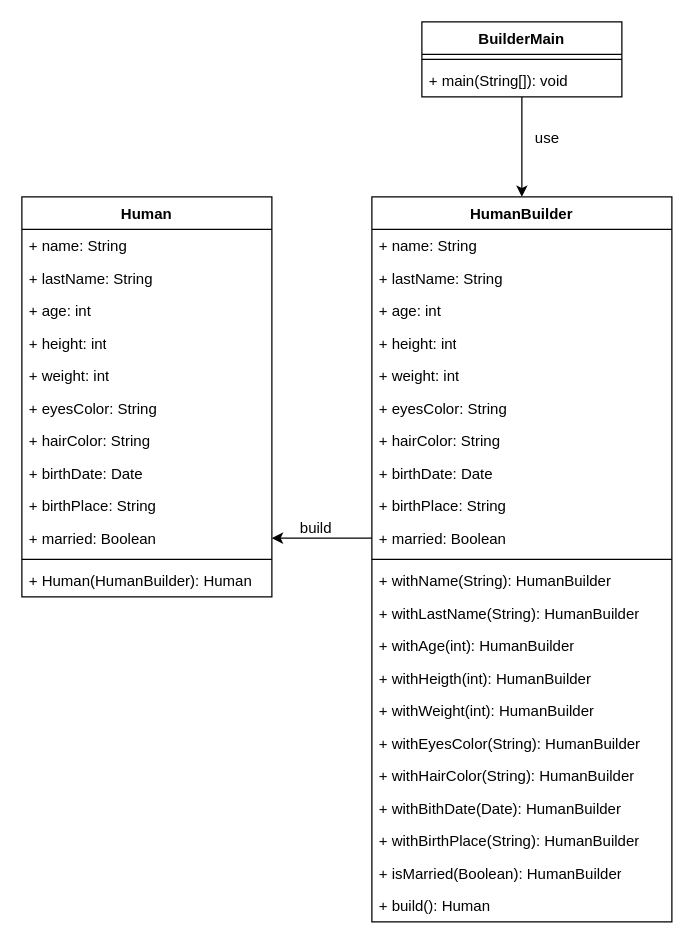
Before: src/main/java/builder/Diagramme sans nom.drawio in ErwanLT/designPattern, a draw.io diagram. Source tidied: cells renumbered, new cells numbered last; positions are measured from the earlier drawing's top-left corner, leaving out a move shared by most shapes. Both pictures are drawn from the tidied source at 125%, with x=0, y=0 at pixel (21, 21).
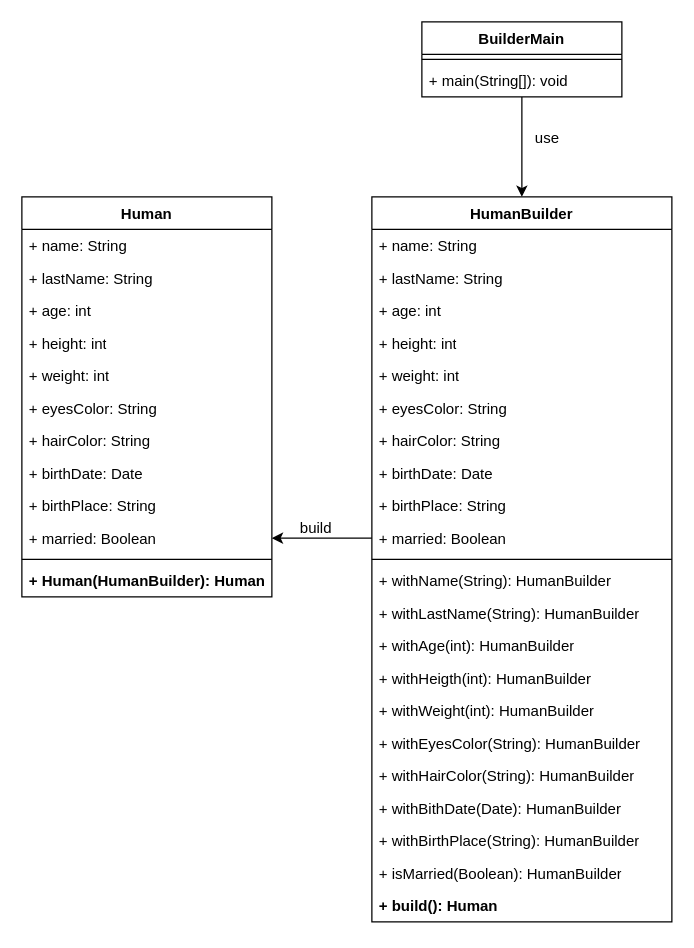
Above is the later version.

Commit message (it also covers changes not shown here):
Mettre à jour Diagramme sans nom.drawio

The change refers to these unchanged cells:
```xml
<mxCell id="2" value="Human" style="swimlane;fontStyle=1;align=center;verticalAlign=top;horizontal=1;startSize=26;whiteSpace=wrap;html=1;" parent="1" vertex="1">
  <mxGeometry y="140" width="200" height="320" as="geometry" />
</mxCell>
<mxCell id="15" value="HumanBuilder" style="swimlane;fontStyle=1;align=center;verticalAlign=top;horizontal=1;startSize=26;whiteSpace=wrap;html=1;" parent="1" vertex="1">
  <mxGeometry x="280" y="140" width="240" height="580" as="geometry" />
</mxCell>
```

The edit, as a diff of the source:
```diff
@@
-    <mxCell id="14" value="+ Human(HumanBuilder): Human" style="text;strokeColor=none;fillColor=none;align=left;verticalAlign=top;spacingLeft=4;spacingRight=4;overflow=hidden;whiteSpace=wrap;html=1;" parent="2" vertex="1">
+    <mxCell id="14" value="&lt;b&gt;+ Human(HumanBuilder): Human&lt;/b&gt;" style="text;strokeColor=none;fillColor=none;align=left;verticalAlign=top;spacingLeft=4;spacingRight=4;overflow=hidden;whiteSpace=wrap;html=1;" parent="2" vertex="1">
       <mxGeometry y="294" width="200" height="26" as="geometry" />
     </mxCell>
@@
-    <mxCell id="37" value="+ build(): Human" style="text;strokeColor=none;fillColor=none;align=left;verticalAlign=top;spacingLeft=4;spacingRight=4;overflow=hidden;whiteSpace=wrap;html=1;" parent="15" vertex="1">
+    <mxCell id="37" value="&lt;b&gt;+ build(): Human&lt;/b&gt;" style="text;strokeColor=none;fillColor=none;align=left;verticalAlign=top;spacingLeft=4;spacingRight=4;overflow=hidden;whiteSpace=wrap;html=1;" parent="15" vertex="1">
       <mxGeometry y="554" width="240" height="26" as="geometry" />
     </mxCell>
```
